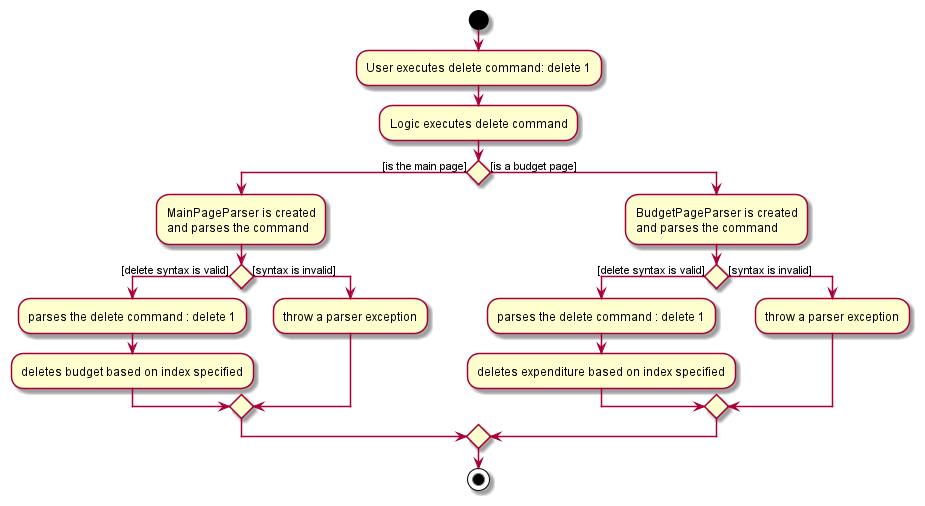
yu-ming-chen/tp keeps this PlantUML diagram as docs/diagrams/DeleteCommandActivityDiagram.png. Above is the earlier version.
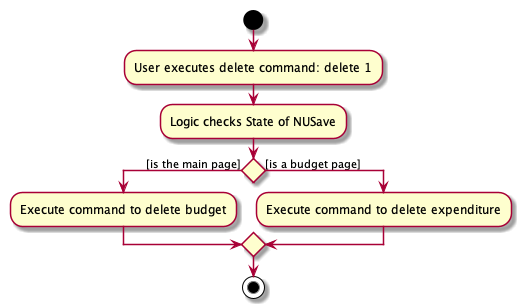
After the commit.

What changed in the source:
```diff
@@ -1,27 +1,13 @@
 @startuml
 start
 :User executes delete command: delete 1;
-:Logic executes delete command;
+:Logic checks State of NUSave;
 
 if () then ([is the main page])
-    :MainPageParser is created\nand parses the command;
-
-    if () then ([delete syntax is valid])
-    :parses the delete command : delete 1;
-    :deletes budget based on index specified;
-    else ([syntax is invalid])
-    :throw a parser exception;
-    endif
+    :Execute command to delete budget;
 
 else ([is a budget page])
-    :BudgetPageParser is created\nand parses the command;
-
-    if () then ([delete syntax is valid])
-    :parses the delete command : delete 1;
-    :deletes expenditure based on index specified;
-    else ([syntax is invalid])
-    :throw a parser exception;
-    endif
+    :Execute command to delete expenditure;
 
 endif
 stop
```
